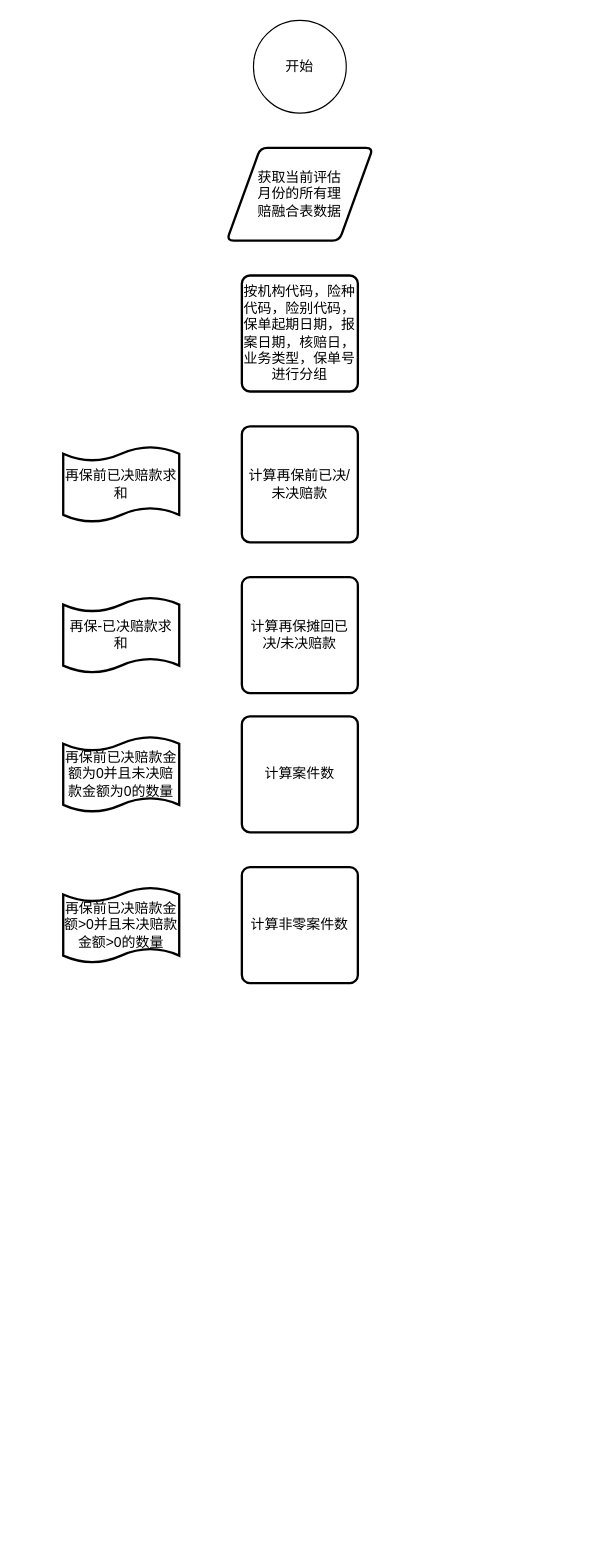
Above: 已决未决赔款报表逻辑.drawio in zp17762835004/e-commerce (draw.io), before the change. Source tidied: cells renumbered, new cells numbered last; positions are measured from the earlier drawing's top-left corner, leaving out a move shared by most shapes. Both pictures are drawn from the tidied source at 116%, with x=0, y=0 at pixel (63, 20).
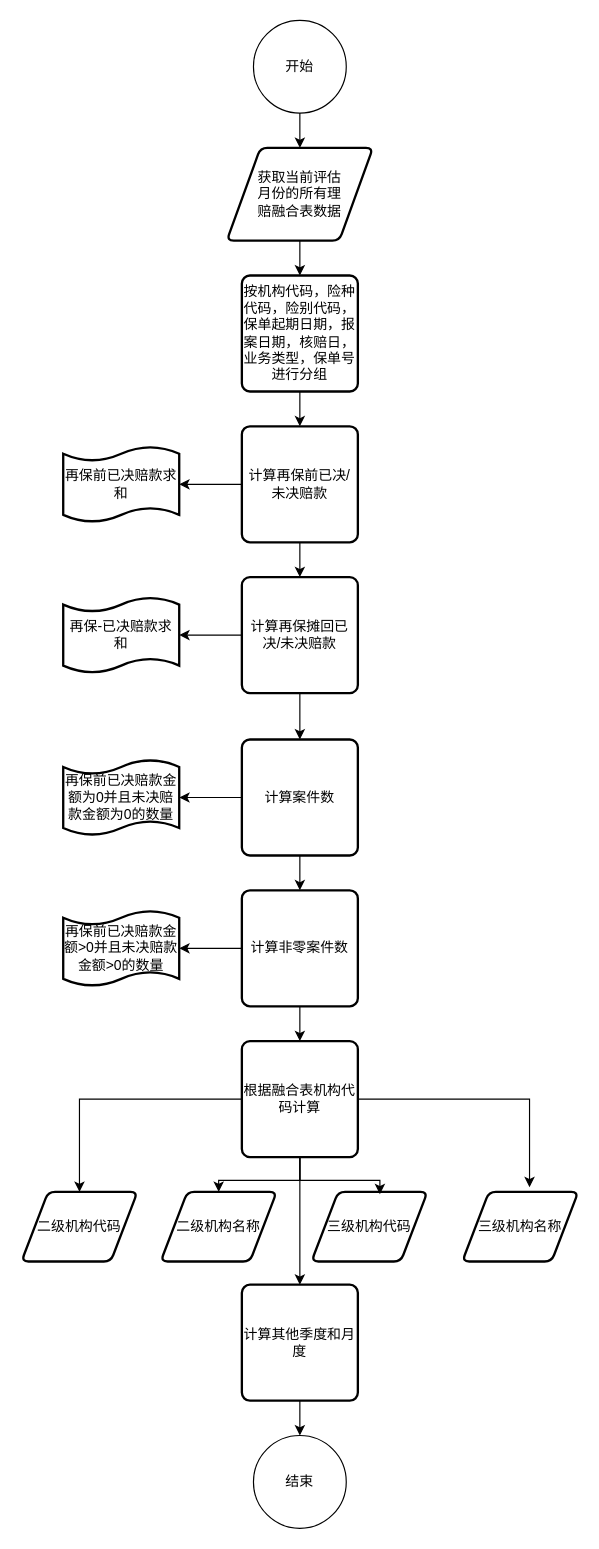
The same page after the edit.

Commit message (it also covers changes not shown here):
更新已决未决赔款报表逻辑.drawio

Unchanged cells that the change refers to:
```xml
<mxCell id="2" value="开始" style="ellipse;whiteSpace=wrap;html=1;" parent="1" vertex="1">
  <mxGeometry x="164" width="80" height="80" as="geometry" />
</mxCell>
<mxCell id="3" value="获取当前评估&lt;br&gt;月份的所有理&lt;br&gt;赔融合表数据" style="shape=parallelogram;html=1;strokeWidth=2;perimeter=parallelogramPerimeter;whiteSpace=wrap;rounded=1;arcSize=12;size=0.23;" parent="1" vertex="1">
  <mxGeometry x="141" y="110" width="126" height="80" as="geometry" />
</mxCell>
<mxCell id="4" value="按机构代码，险种代码，险别代码，保单起期日期，报案日期，核赔日，业务类型，保单号进行分组" style="rounded=1;whiteSpace=wrap;html=1;absoluteArcSize=1;arcSize=14;strokeWidth=2;" parent="1" vertex="1">
  <mxGeometry x="154" y="220" width="100" height="100" as="geometry" />
</mxCell>
<mxCell id="5" value="计算再保前已决/未决赔款" style="rounded=1;whiteSpace=wrap;html=1;absoluteArcSize=1;arcSize=14;strokeWidth=2;" parent="1" vertex="1">
  <mxGeometry x="154" y="350" width="100" height="100" as="geometry" />
</mxCell>
<mxCell id="6" value="计算再保摊回已决/未决赔款" style="rounded=1;whiteSpace=wrap;html=1;absoluteArcSize=1;arcSize=14;strokeWidth=2;" parent="1" vertex="1">
  <mxGeometry x="154" y="480" width="100" height="100" as="geometry" />
</mxCell>
<mxCell id="9" value="再保前已决赔款求和" style="shape=tape;whiteSpace=wrap;html=1;strokeWidth=2;size=0.19;" parent="1" vertex="1">
  <mxGeometry y="367.5" width="100" height="65" as="geometry" />
</mxCell>
<mxCell id="10" value="再保-已决赔款求和" style="shape=tape;whiteSpace=wrap;html=1;strokeWidth=2;size=0.19;" parent="1" vertex="1">
  <mxGeometry y="497.5" width="100" height="65" as="geometry" />
</mxCell>
```

The edit, as a diff of the source:
```diff
@@
+    <mxCell id="13" style="edgeStyle=orthogonalEdgeStyle;rounded=0;jettySize=auto;html=1;" parent="1" edge="1" source="2" target="3">
+      <mxGeometry relative="1" as="geometry" />
+    </mxCell>
@@
+    <mxCell id="14" style="edgeStyle=orthogonalEdgeStyle;rounded=0;jettySize=auto;html=1;" parent="1" edge="1" source="3" target="4">
+      <mxGeometry relative="1" as="geometry" />
+    </mxCell>
@@
+    <mxCell id="15" style="edgeStyle=orthogonalEdgeStyle;rounded=0;jettySize=auto;html=1;" parent="1" edge="1" source="4" target="5">
+      <mxGeometry relative="1" as="geometry" />
+    </mxCell>
@@
+    <mxCell id="16" style="edgeStyle=orthogonalEdgeStyle;rounded=0;jettySize=auto;html=1;" parent="1" edge="1" source="5" target="9">
+      <mxGeometry relative="1" as="geometry" />
+    </mxCell>
+    <mxCell id="17" style="edgeStyle=orthogonalEdgeStyle;rounded=0;jettySize=auto;html=1;" parent="1" edge="1" source="5" target="6">
+      <mxGeometry relative="1" as="geometry" />
+    </mxCell>
@@
+    <mxCell id="18" style="edgeStyle=orthogonalEdgeStyle;rounded=0;jettySize=auto;html=1;" parent="1" edge="1" source="6" target="10">
+      <mxGeometry relative="1" as="geometry" />
+    </mxCell>
+    <mxCell id="19" style="edgeStyle=orthogonalEdgeStyle;rounded=0;jettySize=auto;html=1;" parent="1" edge="1" source="6" target="7">
+      <mxGeometry relative="1" as="geometry" />
+    </mxCell>
@@
+    <mxCell id="20" style="edgeStyle=orthogonalEdgeStyle;rounded=0;jettySize=auto;html=1;" parent="1" edge="1" source="7" target="8">
+      <mxGeometry relative="1" as="geometry" />
+    </mxCell>
+    <mxCell id="21" style="edgeStyle=orthogonalEdgeStyle;rounded=0;jettySize=auto;html=1;" parent="1" edge="1" source="7" target="11">
+      <mxGeometry relative="1" as="geometry" />
+    </mxCell>
     <mxCell id="7" value="计算案件数" style="rounded=1;whiteSpace=wrap;html=1;absoluteArcSize=1;arcSize=14;strokeWidth=2;" parent="1" vertex="1">
-      <mxGeometry x="154" y="600" width="100" height="100" as="geometry" />
+      <mxGeometry x="154" y="620" width="100" height="100" as="geometry" />
     </mxCell>
+    <mxCell id="22" style="edgeStyle=orthogonalEdgeStyle;rounded=0;jettySize=auto;html=1;" parent="1" edge="1" source="8" target="27">
+      <mxGeometry relative="1" as="geometry" />
+    </mxCell>
+    <mxCell id="23" style="edgeStyle=orthogonalEdgeStyle;rounded=0;jettySize=auto;html=1;" parent="1" edge="1" source="8" target="12">
+      <mxGeometry relative="1" as="geometry" />
+    </mxCell>
     <mxCell id="8" value="计算非零案件数" style="rounded=1;whiteSpace=wrap;html=1;absoluteArcSize=1;arcSize=14;strokeWidth=2;" parent="1" vertex="1">
-      <mxGeometry x="154" y="730" width="100" height="100" as="geometry" />
+      <mxGeometry x="154" y="750" width="100" height="100" as="geometry" />
     </mxCell>
@@
     <mxCell id="11" value="再保前已决赔款金额为0并且未决赔款金额为0的数量" style="shape=tape;whiteSpace=wrap;html=1;strokeWidth=2;size=0.19;" parent="1" vertex="1">
-      <mxGeometry y="617.5" width="100" height="65" as="geometry" />
+      <mxGeometry y="637.5" width="100" height="65" as="geometry" />
     </mxCell>
     <mxCell id="12" value="再保前已决赔款金额&amp;gt;0并且未决赔款金额&amp;gt;0的数量" style="shape=tape;whiteSpace=wrap;html=1;strokeWidth=2;size=0.19;" parent="1" vertex="1">
-      <mxGeometry y="747.5" width="100" height="65" as="geometry" />
+      <mxGeometry y="767.5" width="100" height="65" as="geometry" />
     </mxCell>
+    <mxCell id="24" style="edgeStyle=orthogonalEdgeStyle;rounded=0;jettySize=auto;html=1;" parent="1" edge="1" source="27" target="33">
+      <mxGeometry relative="1" as="geometry" />
+    </mxCell>
+    <mxCell id="25" style="edgeStyle=orthogonalEdgeStyle;rounded=0;jettySize=auto;html=1;entryX=0.5;entryY=0;entryDx=0;entryDy=0;" parent="1" edge="1" source="27" target="28">
+      <mxGeometry relative="1" as="geometry" />
+    </mxCell>
+    <mxCell id="26" style="edgeStyle=orthogonalEdgeStyle;rounded=0;jettySize=auto;html=1;entryX=0.5;entryY=0;entryDx=0;entryDy=0;" parent="1" edge="1" source="27" target="29">
+      <mxGeometry relative="1" as="geometry" />
+    </mxCell>
+    <mxCell id="27" value="根据融合表机构代码计算" style="rounded=1;whiteSpace=wrap;html=1;absoluteArcSize=1;arcSize=14;strokeWidth=2;" parent="1" vertex="1">
+      <mxGeometry x="154" y="880" width="100" height="100" as="geometry" />
+    </mxCell>
+    <mxCell id="28" value="二级机构代码" style="shape=parallelogram;html=1;strokeWidth=2;perimeter=parallelogramPerimeter;whiteSpace=wrap;rounded=1;arcSize=12;size=0.23;" parent="1" vertex="1">
+      <mxGeometry x="-36" y="1010" width="100" height="60" as="geometry" />
+    </mxCell>
+    <mxCell id="29" value="二级机构名称" style="shape=parallelogram;html=1;strokeWidth=2;perimeter=parallelogramPerimeter;whiteSpace=wrap;rounded=1;arcSize=12;size=0.23;" parent="1" vertex="1">
+      <mxGeometry x="84" y="1010" width="100" height="60" as="geometry" />
+    </mxCell>
+    <mxCell id="30" value="三级机构代码" style="shape=parallelogram;html=1;strokeWidth=2;perimeter=parallelogramPerimeter;whiteSpace=wrap;rounded=1;arcSize=12;size=0.23;" parent="1" vertex="1">
+      <mxGeometry x="214" y="1010" width="100" height="60" as="geometry" />
+    </mxCell>
+    <mxCell id="31" value="三级机构名称" style="shape=parallelogram;html=1;strokeWidth=2;perimeter=parallelogramPerimeter;whiteSpace=wrap;rounded=1;arcSize=12;size=0.23;" parent="1" vertex="1">
+      <mxGeometry x="344" y="1010" width="100" height="60" as="geometry" />
+    </mxCell>
+    <mxCell id="32" style="edgeStyle=orthogonalEdgeStyle;rounded=0;jettySize=auto;html=1;" parent="1" edge="1" source="33" target="34">
+      <mxGeometry relative="1" as="geometry" />
+    </mxCell>
+    <mxCell id="33" value="计算其他季度和月度" style="rounded=1;whiteSpace=wrap;html=1;absoluteArcSize=1;arcSize=14;strokeWidth=2;" parent="1" vertex="1">
+      <mxGeometry x="154" y="1090" width="100" height="100" as="geometry" />
+    </mxCell>
+    <mxCell id="34" value="结束" style="ellipse;whiteSpace=wrap;html=1;" parent="1" vertex="1">
+      <mxGeometry x="164" y="1220" width="80" height="80" as="geometry" />
+    </mxCell>
+    <mxCell id="35" style="edgeStyle=orthogonalEdgeStyle;rounded=0;jettySize=auto;html=1;entryX=0.59;entryY=0.033;entryDx=0;entryDy=0;entryPerimeter=0;" parent="1" edge="1" source="27" target="30">
+      <mxGeometry relative="1" as="geometry" />
+    </mxCell>
+    <mxCell id="36" style="edgeStyle=orthogonalEdgeStyle;rounded=0;jettySize=auto;html=1;entryX=0.58;entryY=-0.067;entryDx=0;entryDy=0;entryPerimeter=0;" parent="1" edge="1" source="27" target="31">
+      <mxGeometry relative="1" as="geometry" />
+    </mxCell>
```
